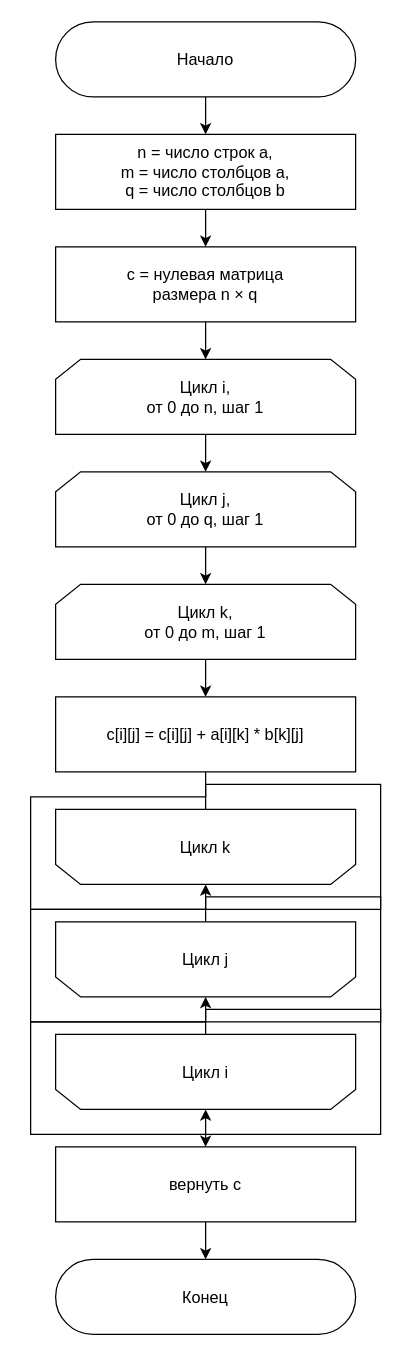
swilldi/bmstu-sem5-algorithm-analysis keeps this draw.io diagram as page "standard" (1 of 9) of lab-02/report/algo.drawio. Above is the earlier version. Source tidied: cells renumbered, new cells numbered last; positions are measured from the earlier drawing's top-left corner, leaving out a move shared by most shapes. Both pictures are drawn from the tidied source at 125%, with x=0, y=0 at pixel (55, 21).
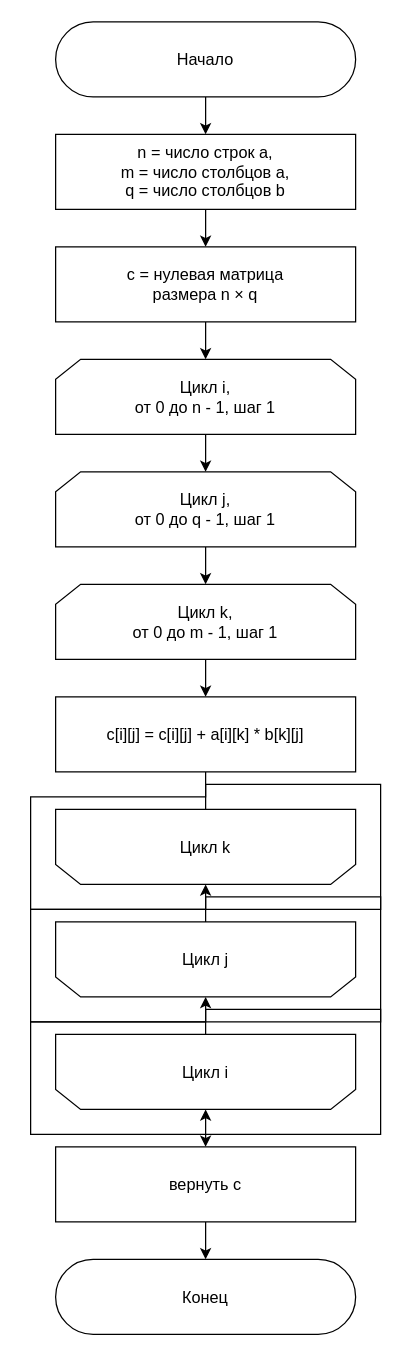
The same page after the edit.

The edit, as a diff of the source:
```diff
@@
-    <mxCell id="7" value="&lt;div&gt;Цикл i,&lt;/div&gt;&lt;div&gt;от 0 до n, шаг 1&lt;/div&gt;" style="shape=loopLimit;whiteSpace=wrap;html=1;fontSize=13;" parent="1" vertex="1">
+    <mxCell id="7" value="&lt;div&gt;Цикл i,&lt;/div&gt;&lt;div&gt;от 0 до n - 1, шаг 1&lt;/div&gt;" style="shape=loopLimit;whiteSpace=wrap;html=1;fontSize=13;" parent="1" vertex="1">
       <mxGeometry y="270" width="240" height="60" as="geometry" />
     </mxCell>
@@
-    <mxCell id="9" value="&lt;div&gt;Цикл j,&lt;/div&gt;&lt;div&gt;от 0 до q, шаг 1&lt;/div&gt;" style="shape=loopLimit;whiteSpace=wrap;html=1;fontSize=13;" parent="1" vertex="1">
+    <mxCell id="9" value="&lt;div&gt;Цикл j,&lt;/div&gt;&lt;div&gt;от 0 до q - 1, шаг 1&lt;/div&gt;" style="shape=loopLimit;whiteSpace=wrap;html=1;fontSize=13;" parent="1" vertex="1">
       <mxGeometry y="360" width="240" height="60" as="geometry" />
     </mxCell>
@@
-    <mxCell id="11" value="&lt;div&gt;Цикл k,&lt;/div&gt;&lt;div&gt;от 0 до m, шаг 1&lt;/div&gt;" style="shape=loopLimit;whiteSpace=wrap;html=1;fontSize=13;" parent="1" vertex="1">
+    <mxCell id="11" value="&lt;div&gt;Цикл k,&lt;/div&gt;&lt;div&gt;от 0 до m - 1, шаг 1&lt;/div&gt;" style="shape=loopLimit;whiteSpace=wrap;html=1;fontSize=13;" parent="1" vertex="1">
       <mxGeometry y="450" width="240" height="60" as="geometry" />
     </mxCell>
```
